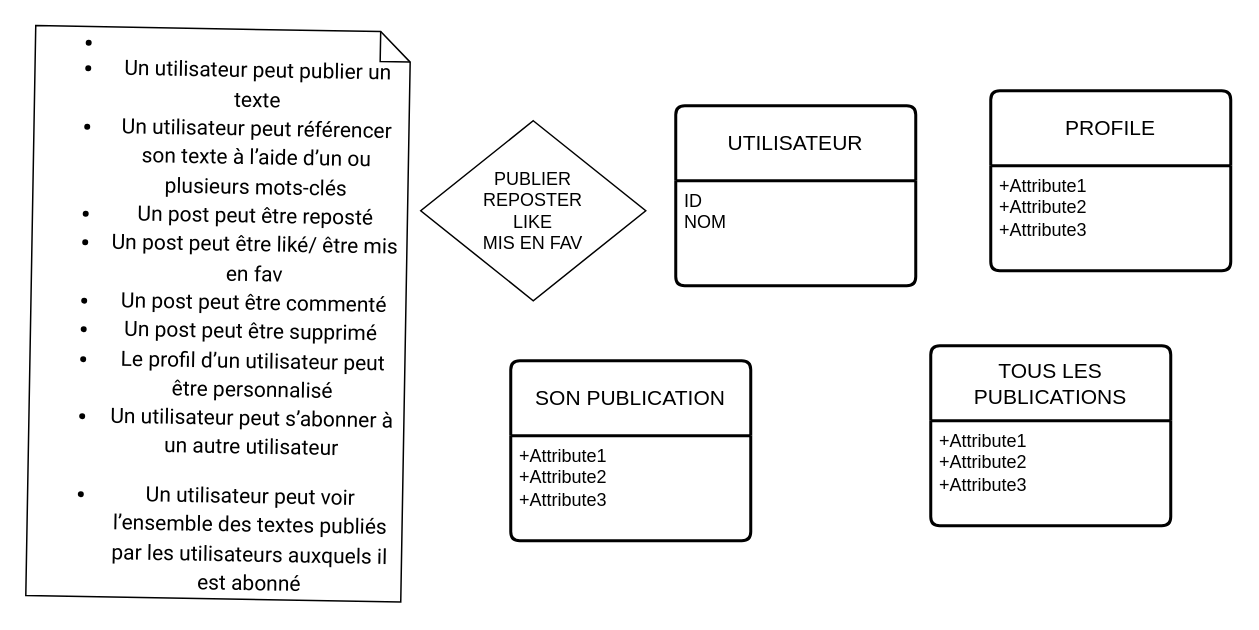
Earlier version of the draw.io diagram Diagramme sans nom4.drawio (vsilvanska/examen-info-2023). Source tidied: cells renumbered, new cells numbered last; positions are measured from the earlier drawing's top-left corner, leaving out a move shared by most shapes. Both pictures are drawn from the tidied source at 150%, with x=0, y=0 at pixel (30, 28).
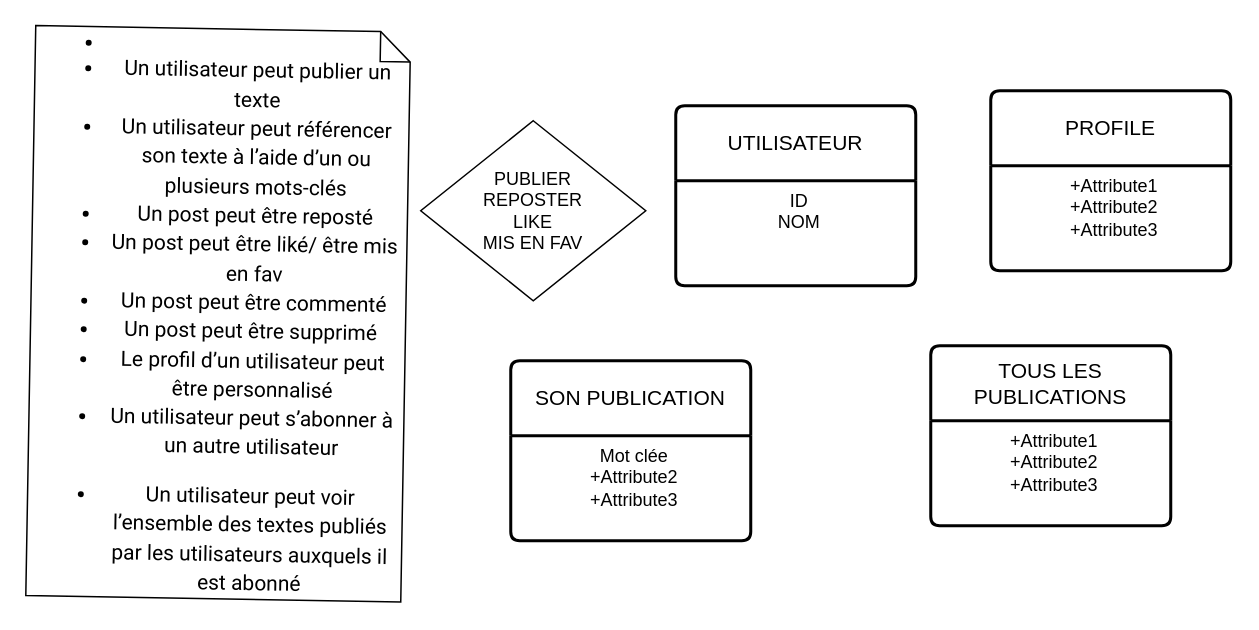
The same diagram, later.

Commit message (it also covers changes not shown here):
Mettre à jour Diagramme sans nom4.drawio

Change to the diagram source:
```diff
@@
 <mxGraphModel>
   <root>
     <mxCell id="0" />
     <mxCell id="1" parent="0" />
-    <mxCell id="2" value="&lt;ul style=&quot;margin-top: 0px; margin-bottom: 0px; padding-inline-start: 48px; font-size: 14px;&quot;&gt;&lt;li aria-level=&quot;1&quot; style=&quot;list-style-type: disc; font-family: Roboto, sans-serif; background-color: transparent; font-variant-numeric: normal; font-variant-east-asian: normal; font-variant-alternates: normal; font-variant-position: normal; vertical-align: baseline;&quot; dir=&quot;ltr&quot;&gt;&lt;p role=&quot;presentation&quot; style=&quot;line-height:1.38;margin-top:0pt;margin-bottom:0pt;&quot; dir=&quot;ltr&quot;&gt;&lt;/p&gt;&lt;/li&gt;&lt;li aria-level=&quot;1&quot; style=&quot;list-style-type: disc; font-family: Roboto, sans-serif; background-color: transparent; font-variant-numeric: normal; font-variant-east-asian: normal; font-variant-alternates: normal; font-variant-position: normal; vertical-align: baseline;&quot; dir=&quot;ltr&quot;&gt;&lt;p role=&quot;presentation&quot; style=&quot;line-height:1.38;margin-top:0pt;margin-bottom:0pt;&quot; dir=&quot;ltr&quot;&gt;&lt;span style=&quot;background-color: transparent; font-variant-numeric: normal; font-variant-east-asian: normal; font-variant-alternates: normal; font-variant-position: normal; vertical-align: baseline;&quot;&gt;&lt;font style=&quot;font-size: 14px;&quot;&gt;Un utilisateur peut publier un texte&lt;/font&gt;&lt;/span&gt;&lt;/p&gt;&lt;/li&gt;&lt;li aria-level=&quot;1&quot; style=&quot;list-style-type: disc; font-family: Roboto, sans-serif; background-color: transparent; font-variant-numeric: normal; font-variant-east-asian: normal; font-variant-alternates: normal; font-variant-position: normal; vertical-align: baseline;&quot; dir=&quot;ltr&quot;&gt;&lt;p role=&quot;presentation&quot; style=&quot;line-height:1.38;margin-top:0pt;margin-bottom:0pt;&quot; dir=&quot;ltr&quot;&gt;&lt;span style=&quot;background-color: transparent; font-variant-numeric: normal; font-variant-east-asian: normal; font-variant-alternates: normal; font-variant-position: normal; vertical-align: baseline;&quot;&gt;&lt;font style=&quot;font-size: 14px;&quot;&gt;Un utilisateur peut référencer son texte à l’aide d’un ou plusieurs mots-clés&lt;/font&gt;&lt;/span&gt;&lt;/p&gt;&lt;/li&gt;&lt;li aria-level=&quot;1&quot; style=&quot;list-style-type: disc; font-family: Roboto, sans-serif; background-color: transparent; font-variant-numeric: normal; font-variant-east-asian: normal; font-variant-alternates: normal; font-variant-position: normal; vertical-align: baseline;&quot; dir=&quot;ltr&quot;&gt;&lt;p role=&quot;presentation&quot; style=&quot;line-height:1.38;margin-top:0pt;margin-bottom:0pt;&quot; dir=&quot;ltr&quot;&gt;&lt;span style=&quot;background-color: transparent; font-variant-numeric: normal; font-variant-east-asian: normal; font-variant-alternates: normal; font-variant-position: normal; vertical-align: baseline;&quot;&gt;&lt;font style=&quot;font-size: 14px;&quot;&gt;Un post peut être reposté&lt;/font&gt;&lt;/span&gt;&lt;/p&gt;&lt;/li&gt;&lt;li aria-level=&quot;1&quot; style=&quot;list-style-type: disc; font-family: Roboto, sans-serif; background-color: transparent; font-variant-numeric: normal; font-variant-east-asian: normal; font-variant-alternates: normal; font-variant-position: normal; vertical-align: baseline;&quot; dir=&quot;ltr&quot;&gt;&lt;p role=&quot;presentation&quot; style=&quot;line-height:1.38;margin-top:0pt;margin-bottom:0pt;&quot; dir=&quot;ltr&quot;&gt;&lt;span style=&quot;background-color: transparent; font-variant-numeric: normal; font-variant-east-asian: normal; font-variant-alternates: normal; font-variant-position: normal; vertical-align: baseline;&quot;&gt;&lt;font style=&quot;font-size: 14px;&quot;&gt;Un post peut être liké/ être mis en fav&lt;/font&gt;&lt;/span&gt;&lt;/p&gt;&lt;/li&gt;&lt;li aria-level=&quot;1&quot; style=&quot;list-style-type: disc; font-family: Roboto, sans-serif; background-color: transparent; font-variant-numeric: normal; font-variant-east-asian: normal; font-variant-alternates: normal; font-variant-position: normal; vertical-align: baseline;&quot; dir=&quot;ltr&quot;&gt;&lt;p role=&quot;presentation&quot; style=&quot;line-height:1.38;margin-top:0pt;margin-bottom:0pt;&quot; dir=&quot;ltr&quot;&gt;&lt;span style=&quot;background-color: transparent; font-variant-numeric: normal; font-variant-east-asian: normal; font-variant-alternates: normal; font-variant-position: normal; vertical-align: baseline;&quot;&gt;&lt;font style=&quot;font-size: 14px;&quot;&gt;Un post peut être commenté&lt;/font&gt;&lt;/span&gt;&lt;/p&gt;&lt;/li&gt;&lt;li aria-level=&quot;1&quot; style=&quot;list-style-type: disc; font-family: Roboto, sans-serif; background-color: transparent; font-variant-numeric: normal; font-variant-east-asian: normal; font-variant-alternates: normal; font-variant-position: normal; vertical-align: baseline;&quot; dir=&quot;ltr&quot;&gt;&lt;p role=&quot;presentation&quot; style=&quot;line-height:1.38;margin-top:0pt;margin-bottom:0pt;&quot; dir=&quot;ltr&quot;&gt;&lt;span style=&quot;background-color: transparent; font-variant-numeric: normal; font-variant-east-asian: normal; font-variant-alternates: normal; font-variant-position: normal; vertical-align: baseline;&quot;&gt;&lt;font style=&quot;font-size: 14px;&quot;&gt;Un post peut être supprimé&amp;nbsp;&lt;/font&gt;&lt;/span&gt;&lt;/p&gt;&lt;/li&gt;&lt;li aria-level=&quot;1&quot; style=&quot;list-style-type: disc; font-family: Roboto, sans-serif; background-color: transparent; font-variant-numeric: normal; font-variant-east-asian: normal; font-variant-alternates: normal; font-variant-position: normal; vertical-align: baseline;&quot; dir=&quot;ltr&quot;&gt;&lt;p role=&quot;presentation&quot; style=&quot;line-height:1.38;margin-top:0pt;margin-bottom:0pt;&quot; dir=&quot;ltr&quot;&gt;&lt;span style=&quot;background-color: transparent; font-variant-numeric: normal; font-variant-east-asian: normal; font-variant-alternates: normal; font-variant-position: normal; vertical-align: baseline;&quot;&gt;&lt;font style=&quot;font-size: 14px;&quot;&gt;Le profil d’un utilisateur peut être personnalisé&lt;/font&gt;&lt;/span&gt;&lt;/p&gt;&lt;/li&gt;&lt;li aria-level=&quot;1&quot; style=&quot;list-style-type: disc; font-family: Roboto, sans-serif; background-color: transparent; font-variant-numeric: normal; font-variant-east-asian: normal; font-variant-alternates: normal; font-variant-position: normal; vertical-align: baseline;&quot; dir=&quot;ltr&quot;&gt;&lt;p role=&quot;presentation&quot; style=&quot;line-height:1.38;margin-top:0pt;margin-bottom:10pt;&quot; dir=&quot;ltr&quot;&gt;&lt;span style=&quot;background-color: transparent; font-variant-numeric: normal; font-variant-east-asian: normal; font-variant-alternates: normal; font-variant-position: normal; vertical-align: baseline;&quot;&gt;&lt;font style=&quot;font-size: 14px;&quot;&gt;Un utilisateur peut s’abonner à un autre utilisateur&lt;/font&gt;&lt;/span&gt;&lt;/p&gt;&lt;/li&gt;&lt;li aria-level=&quot;1&quot; style=&quot;list-style-type: disc; font-family: Roboto, sans-serif; background-color: transparent; font-variant-numeric: normal; font-variant-east-asian: normal; font-variant-alternates: normal; font-variant-position: normal; vertical-align: baseline;&quot; dir=&quot;ltr&quot;&gt;&lt;p role=&quot;presentation&quot; style=&quot;line-height:1.38;margin-top:0pt;margin-bottom:0pt;&quot; dir=&quot;ltr&quot;&gt;&lt;span style=&quot;background-color: transparent; font-variant-numeric: normal; font-variant-east-asian: normal; font-variant-alternates: normal; font-variant-position: normal; vertical-align: baseline;&quot;&gt;&lt;font style=&quot;font-size: 14px;&quot;&gt;Un utilisateur peut voir l’ensemble des textes publiés par les utilisateurs auxquels il est abonné&lt;/font&gt;&lt;/span&gt;&lt;/p&gt;&lt;/li&gt;&lt;/ul&gt;&lt;font style=&quot;font-size: 14px;&quot;&gt;&lt;span id=&quot;docs-internal-guid-afa54a96-7fff-a467-891f-8bc9276a1767&quot;&gt;&lt;/span&gt;&lt;/font&gt;" style="shape=note;size=20;whiteSpace=wrap;html=1;rotation=1;" parent="1" vertex="1">
+    <mxCell id="2" value="&lt;ul style=&quot;margin-top: 0px; margin-bottom: 0px; padding-inline-start: 48px; font-size: 14px;&quot;&gt;&lt;li aria-level=&quot;1&quot; style=&quot;list-style-type: disc; font-family: Roboto, sans-serif; background-color: transparent; font-variant-numeric: normal; font-variant-east-asian: normal; font-variant-alternates: normal; font-variant-position: normal; vertical-align: baseline;&quot; dir=&quot;ltr&quot;&gt;&lt;p role=&quot;presentation&quot; style=&quot;line-height:1.38;margin-top:0pt;margin-bottom:0pt;&quot; dir=&quot;ltr&quot;&gt;&lt;/p&gt;&lt;/li&gt;&lt;li aria-level=&quot;1&quot; style=&quot;list-style-type: disc; font-family: Roboto, sans-serif; background-color: transparent; font-variant-numeric: normal; font-variant-east-asian: normal; font-variant-alternates: normal; font-variant-position: normal; vertical-align: baseline;&quot; dir=&quot;ltr&quot;&gt;&lt;p role=&quot;presentation&quot; style=&quot;line-height:1.38;margin-top:0pt;margin-bottom:0pt;&quot; dir=&quot;ltr&quot;&gt;&lt;span style=&quot;background-color: transparent; font-variant-numeric: normal; font-variant-east-asian: normal; font-variant-alternates: normal; font-variant-position: normal; vertical-align: baseline;&quot;&gt;&lt;font style=&quot;font-size: 14px;&quot;&gt;Un utilisateur peut publier un texte&lt;/font&gt;&lt;/span&gt;&lt;/p&gt;&lt;/li&gt;&lt;li aria-level=&quot;1&quot; style=&quot;list-style-type: disc; font-family: Roboto, sans-serif; background-color: transparent; font-variant-numeric: normal; font-variant-east-asian: normal; font-variant-alternates: normal; font-variant-position: normal; vertical-align: baseline;&quot; dir=&quot;ltr&quot;&gt;&lt;p role=&quot;presentation&quot; style=&quot;line-height:1.38;margin-top:0pt;margin-bottom:0pt;&quot; dir=&quot;ltr&quot;&gt;&lt;span style=&quot;background-color: transparent; font-variant-numeric: normal; font-variant-east-asian: normal; font-variant-alternates: normal; font-variant-position: normal; vertical-align: baseline;&quot;&gt;&lt;font style=&quot;font-size: 14px;&quot;&gt;Un utilisateur peut référencer son texte à l’aide d’un ou plusieurs mots-clés&lt;/font&gt;&lt;/span&gt;&lt;/p&gt;&lt;/li&gt;&lt;li aria-level=&quot;1&quot; style=&quot;list-style-type: disc; font-family: Roboto, sans-serif; background-color: transparent; font-variant-numeric: normal; font-variant-east-asian: normal; font-variant-alternates: normal; font-variant-position: normal; vertical-align: baseline;&quot; dir=&quot;ltr&quot;&gt;&lt;p role=&quot;presentation&quot; style=&quot;line-height:1.38;margin-top:0pt;margin-bottom:0pt;&quot; dir=&quot;ltr&quot;&gt;&lt;span style=&quot;background-color: transparent; font-variant-numeric: normal; font-variant-east-asian: normal; font-variant-alternates: normal; font-variant-position: normal; vertical-align: baseline;&quot;&gt;&lt;font style=&quot;font-size: 14px;&quot;&gt;Un post peut être reposté&lt;/font&gt;&lt;/span&gt;&lt;/p&gt;&lt;/li&gt;&lt;li aria-level=&quot;1&quot; style=&quot;list-style-type: disc; font-family: Roboto, sans-serif; background-color: transparent; font-variant-numeric: normal; font-variant-east-asian: normal; font-variant-alternates: normal; font-variant-position: normal; vertical-align: baseline;&quot; dir=&quot;ltr&quot;&gt;&lt;p role=&quot;presentation&quot; style=&quot;line-height:1.38;margin-top:0pt;margin-bottom:0pt;&quot; dir=&quot;ltr&quot;&gt;&lt;span style=&quot;background-color: transparent; font-variant-numeric: normal; font-variant-east-asian: normal; font-variant-alternates: normal; font-variant-position: normal; vertical-align: baseline;&quot;&gt;&lt;font style=&quot;font-size: 14px;&quot;&gt;Un post peut être liké/ être mis en fav&lt;/font&gt;&lt;/span&gt;&lt;/p&gt;&lt;/li&gt;&lt;li aria-level=&quot;1&quot; style=&quot;list-style-type: disc; font-family: Roboto, sans-serif; background-color: transparent; font-variant-numeric: normal; font-variant-east-asian: normal; font-variant-alternates: normal; font-variant-position: normal; vertical-align: baseline;&quot; dir=&quot;ltr&quot;&gt;&lt;p role=&quot;presentation&quot; style=&quot;line-height:1.38;margin-top:0pt;margin-bottom:0pt;&quot; dir=&quot;ltr&quot;&gt;&lt;span style=&quot;background-color: transparent; font-variant-numeric: normal; font-variant-east-asian: normal; font-variant-alternates: normal; font-variant-position: normal; vertical-align: baseline;&quot;&gt;&lt;font style=&quot;font-size: 14px;&quot;&gt;Un post peut être commenté&lt;/font&gt;&lt;/span&gt;&lt;/p&gt;&lt;/li&gt;&lt;li aria-level=&quot;1&quot; style=&quot;list-style-type: disc; font-family: Roboto, sans-serif; background-color: transparent; font-variant-numeric: normal; font-variant-east-asian: normal; font-variant-alternates: normal; font-variant-position: normal; vertical-align: baseline;&quot; dir=&quot;ltr&quot;&gt;&lt;p role=&quot;presentation&quot; style=&quot;line-height:1.38;margin-top:0pt;margin-bottom:0pt;&quot; dir=&quot;ltr&quot;&gt;&lt;span style=&quot;background-color: transparent; font-variant-numeric: normal; font-variant-east-asian: normal; font-variant-alternates: normal; font-variant-position: normal; vertical-align: baseline;&quot;&gt;&lt;font style=&quot;font-size: 14px;&quot;&gt;Un post peut être supprimé&amp;nbsp;&lt;/font&gt;&lt;/span&gt;&lt;/p&gt;&lt;/li&gt;&lt;li aria-level=&quot;1&quot; style=&quot;list-style-type: disc; font-family: Roboto, sans-serif; background-color: transparent; font-variant-numeric: normal; font-variant-east-asian: normal; font-variant-alternates: normal; font-variant-position: normal; vertical-align: baseline;&quot; dir=&quot;ltr&quot;&gt;&lt;p role=&quot;presentation&quot; style=&quot;line-height:1.38;margin-top:0pt;margin-bottom:0pt;&quot; dir=&quot;ltr&quot;&gt;&lt;span style=&quot;background-color: transparent; font-variant-numeric: normal; font-variant-east-asian: normal; font-variant-alternates: normal; font-variant-position: normal; vertical-align: baseline;&quot;&gt;&lt;font style=&quot;font-size: 14px;&quot;&gt;Le profil d’un utilisateur peut être personnalisé&lt;/font&gt;&lt;/span&gt;&lt;/p&gt;&lt;/li&gt;&lt;li aria-level=&quot;1&quot; style=&quot;list-style-type: disc; font-family: Roboto, sans-serif; background-color: transparent; font-variant-numeric: normal; font-variant-east-asian: normal; font-variant-alternates: normal; font-variant-position: normal; vertical-align: baseline;&quot; dir=&quot;ltr&quot;&gt;&lt;p role=&quot;presentation&quot; style=&quot;line-height:1.38;margin-top:0pt;margin-bottom:10pt;&quot; dir=&quot;ltr&quot;&gt;&lt;span style=&quot;background-color: transparent; font-variant-numeric: normal; font-variant-east-asian: normal; font-variant-alternates: normal; font-variant-position: normal; vertical-align: baseline;&quot;&gt;&lt;font style=&quot;font-size: 14px;&quot;&gt;Un utilisateur peut s’abonner à un autre utilisateur&lt;/font&gt;&lt;/span&gt;&lt;/p&gt;&lt;/li&gt;&lt;li aria-level=&quot;1&quot; style=&quot;list-style-type: disc; font-family: Roboto, sans-serif; background-color: transparent; font-variant-numeric: normal; font-variant-east-asian: normal; font-variant-alternates: normal; font-variant-position: normal; vertical-align: baseline;&quot; dir=&quot;ltr&quot;&gt;&lt;p role=&quot;presentation&quot; style=&quot;line-height:1.38;margin-top:0pt;margin-bottom:0pt;&quot; dir=&quot;ltr&quot;&gt;&lt;span style=&quot;background-color: transparent; font-variant-numeric: normal; font-variant-east-asian: normal; font-variant-alternates: normal; font-variant-position: normal; vertical-align: baseline;&quot;&gt;&lt;font style=&quot;font-size: 14px;&quot;&gt;Un utilisateur peut voir l’ensemble des textes publiés par les utilisateurs auxquels il est abonné&lt;/font&gt;&lt;/span&gt;&lt;/p&gt;&lt;/li&gt;&lt;/ul&gt;&lt;font style=&quot;font-size: 14px;&quot;&gt;&lt;span id=&quot;docs-internal-guid-afa54a96-7fff-a467-891f-8bc9276a1767&quot;&gt;&lt;/span&gt;&lt;/font&gt;" style="shape=note;size=20;whiteSpace=wrap;html=1;rotation=1;align=center;" parent="1" vertex="1">
       <mxGeometry y="-0.3" width="250" height="380" as="geometry" />
     </mxCell>
     <mxCell id="3" value="UTILISATEUR" style="swimlane;horizontal=1;startSize=50;rounded=1;fontSize=14;fontStyle=0;strokeWidth=2;shadow=0;dashed=0;align=center;arcSize=4;whiteSpace=wrap;html=1;" parent="1" vertex="1">
       <mxGeometry x="430" y="51" width="160" height="120" as="geometry" />
     </mxCell>
-    <mxCell id="4" value="ID&lt;br&gt;NOM&lt;br&gt;" style="align=left;strokeColor=none;fillColor=none;spacingLeft=4;fontSize=12;verticalAlign=top;html=1;" parent="3" vertex="1">
+    <mxCell id="4" value="ID&lt;br&gt;NOM&lt;br&gt;" style="align=center;strokeColor=none;fillColor=none;spacingLeft=4;fontSize=12;verticalAlign=top;html=1;" parent="3" vertex="1">
       <mxGeometry y="50" width="160" height="70" as="geometry" />
     </mxCell>
     <mxCell id="5" value="SON PUBLICATION" style="swimlane;horizontal=1;startSize=50;rounded=1;fontSize=14;fontStyle=0;strokeWidth=2;shadow=0;dashed=0;align=center;arcSize=4;whiteSpace=wrap;html=1;" parent="1" vertex="1">
       <mxGeometry x="320" y="221" width="160" height="120" as="geometry" />
     </mxCell>
-    <mxCell id="6" value="+Attribute1&#10;+Attribute2&#10;+Attribute3" style="align=left;strokeColor=none;fillColor=none;spacingLeft=4;fontSize=12;verticalAlign=top;html=1;" parent="5" vertex="1">
+    <mxCell id="6" value="Mot clée&lt;br&gt;+Attribute2&lt;br&gt;+Attribute3" style="align=center;strokeColor=none;fillColor=none;spacingLeft=4;fontSize=12;verticalAlign=top;html=1;" parent="5" vertex="1">
       <mxGeometry y="50" width="160" height="70" as="geometry" />
     </mxCell>
     <mxCell id="7" value="TOUS LES PUBLICATIONS" style="swimlane;horizontal=1;startSize=50;rounded=1;fontSize=14;fontStyle=0;strokeWidth=2;shadow=0;dashed=0;align=center;arcSize=4;whiteSpace=wrap;html=1;" parent="1" vertex="1">
       <mxGeometry x="600" y="211" width="160" height="120" as="geometry" />
     </mxCell>
-    <mxCell id="8" value="+Attribute1&#10;+Attribute2&#10;+Attribute3" style="align=left;strokeColor=none;fillColor=none;spacingLeft=4;fontSize=12;verticalAlign=top;html=1;" parent="7" vertex="1">
+    <mxCell id="8" value="+Attribute1&#10;+Attribute2&#10;+Attribute3" style="align=center;strokeColor=none;fillColor=none;spacingLeft=4;fontSize=12;verticalAlign=top;html=1;" parent="7" vertex="1">
       <mxGeometry y="50" width="160" height="70" as="geometry" />
     </mxCell>
     <mxCell id="9" value="PROFILE" style="swimlane;horizontal=1;startSize=50;rounded=1;fontSize=14;fontStyle=0;strokeWidth=2;shadow=0;dashed=0;align=center;arcSize=4;whiteSpace=wrap;html=1;" parent="1" vertex="1">
       <mxGeometry x="640" y="41" width="160" height="120" as="geometry" />
     </mxCell>
-    <mxCell id="10" value="+Attribute1&#10;+Attribute2&#10;+Attribute3" style="align=left;strokeColor=none;fillColor=none;spacingLeft=4;fontSize=12;verticalAlign=top;html=1;" parent="9" vertex="1">
+    <mxCell id="10" value="+Attribute1&#10;+Attribute2&#10;+Attribute3" style="align=center;strokeColor=none;fillColor=none;spacingLeft=4;fontSize=12;verticalAlign=top;html=1;" parent="9" vertex="1">
       <mxGeometry y="50" width="160" height="70" as="geometry" />
     </mxCell>
     <mxCell id="11" value="PUBLIER&lt;br&gt;REPOSTER&lt;br&gt;LIKE&lt;br&gt;MIS EN FAV" style="shape=rhombus;perimeter=rhombusPerimeter;whiteSpace=wrap;html=1;align=center;" parent="1" vertex="1">
       <mxGeometry x="260" y="61" width="150" height="120" as="geometry" />
     </mxCell>
   </root>
 </mxGraphModel>
```
